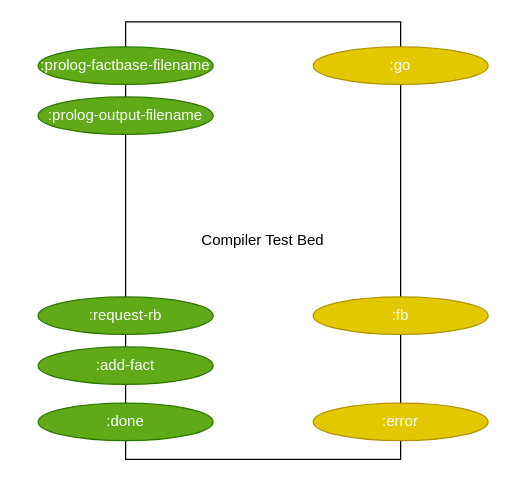
Above: page "Compiler Test Bed" (3 of 10) of svg/cl-compiler/doc/compiler-test-bed.drawio in bmfbp/bmfbp (draw.io), before the change. Source tidied: cells renumbered, new cells numbered last; positions are measured from the earlier drawing's top-left corner, leaving out a move shared by most shapes. Both pictures are drawn from the tidied source at 125%, with x=0, y=0 at pixel (38, 21).
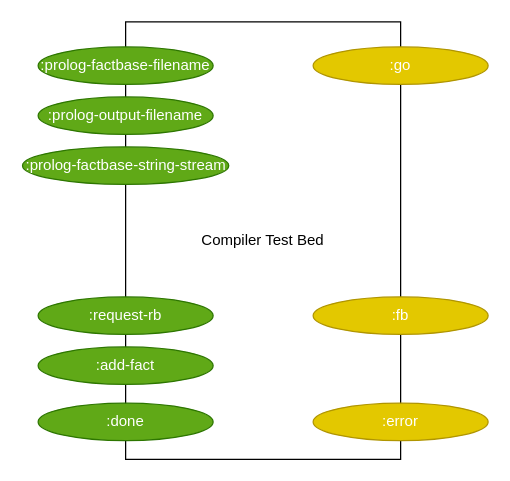
After the change.

Commit message:
wip: added new input pin for string stream instead of filename

What changed in the source:
```diff
@@
 <mxGraphModel>
   <root>
     <mxCell id="0" />
     <mxCell id="1" parent="0" />
     <mxCell id="2" value="Compiler Test Bed" style="rounded=0;whiteSpace=wrap;html=1;" parent="1" vertex="1">
       <mxGeometry x="70" width="220" height="350" as="geometry" />
     </mxCell>
     <mxCell id="3" value=":prolog-factbase-filename&lt;br&gt;" style="ellipse;whiteSpace=wrap;html=1;fillColor=#60a917;strokeColor=#2D7600;fontColor=#ffffff;" parent="1" vertex="1">
       <mxGeometry y="20" width="140" height="30" as="geometry" />
     </mxCell>
     <mxCell id="4" value=":prolog-output-filename" style="ellipse;whiteSpace=wrap;html=1;fillColor=#60a917;strokeColor=#2D7600;fontColor=#ffffff;" parent="1" vertex="1">
       <mxGeometry y="60" width="140" height="30" as="geometry" />
     </mxCell>
     <mxCell id="5" value=":error" style="ellipse;whiteSpace=wrap;html=1;fillColor=#e3c800;strokeColor=#B09500;fontColor=#ffffff;" parent="1" vertex="1">
       <mxGeometry x="220" y="305" width="140" height="30" as="geometry" />
     </mxCell>
     <mxCell id="6" value=":done" style="ellipse;whiteSpace=wrap;html=1;fillColor=#60a917;strokeColor=#2D7600;fontColor=#ffffff;" parent="1" vertex="1">
       <mxGeometry y="305" width="140" height="30" as="geometry" />
     </mxCell>
     <mxCell id="7" value=":add-fact" style="ellipse;whiteSpace=wrap;html=1;fillColor=#60a917;strokeColor=#2D7600;fontColor=#ffffff;" parent="1" vertex="1">
       <mxGeometry y="260" width="140" height="30" as="geometry" />
     </mxCell>
     <mxCell id="8" value=":request-rb" style="ellipse;whiteSpace=wrap;html=1;fillColor=#60a917;strokeColor=#2D7600;fontColor=#ffffff;" parent="1" vertex="1">
       <mxGeometry y="220" width="140" height="30" as="geometry" />
     </mxCell>
     <mxCell id="9" value=":fb" style="ellipse;whiteSpace=wrap;html=1;fillColor=#e3c800;strokeColor=#B09500;fontColor=#ffffff;" parent="1" vertex="1">
       <mxGeometry x="220" y="220" width="140" height="30" as="geometry" />
     </mxCell>
     <mxCell id="10" value=":go" style="ellipse;whiteSpace=wrap;html=1;fillColor=#e3c800;strokeColor=#B09500;fontColor=#ffffff;" parent="1" vertex="1">
       <mxGeometry x="220" y="20" width="140" height="30" as="geometry" />
     </mxCell>
+    <mxCell id="11" value=":prolog-factbase-string-stream" style="ellipse;whiteSpace=wrap;html=1;fillColor=#60a917;strokeColor=#2D7600;fontColor=#ffffff;" parent="1" vertex="1">
+      <mxGeometry x="-12.5" y="100" width="165" height="30" as="geometry" />
+    </mxCell>
   </root>
 </mxGraphModel>
```
